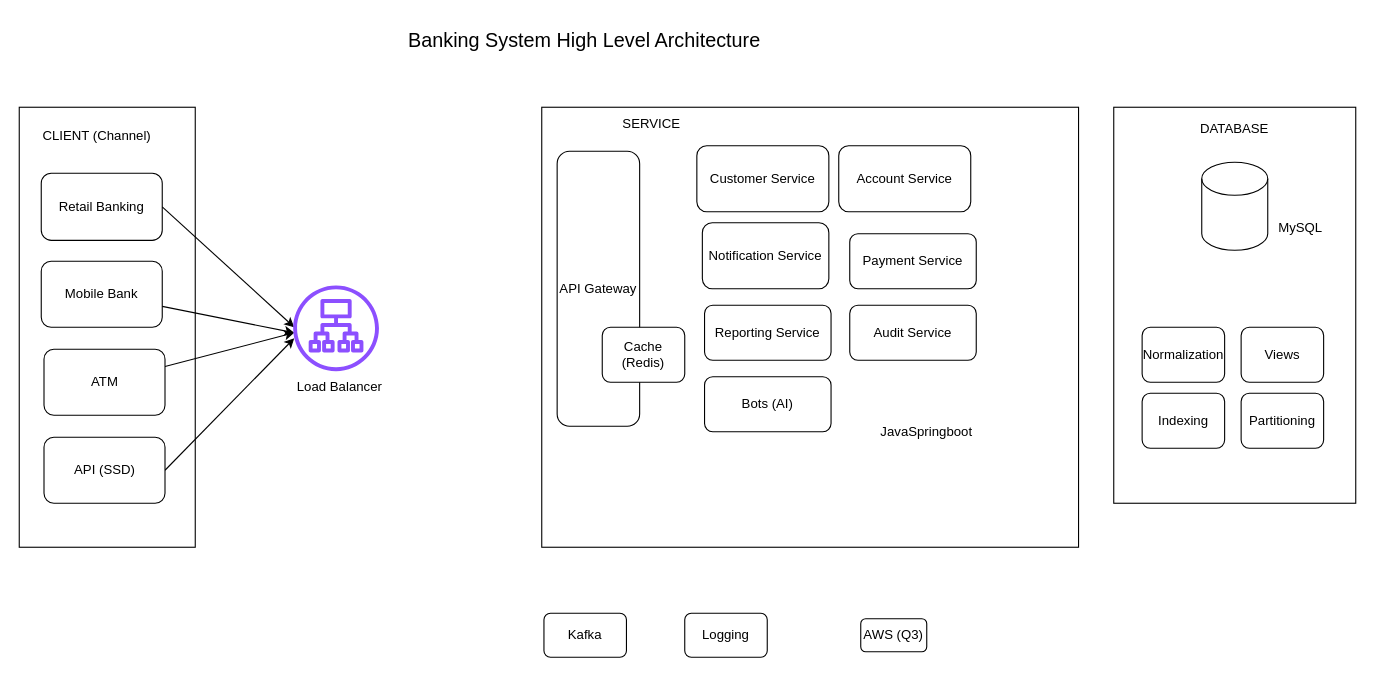
This is resources/Banking App Diagram.drawio from AkhoMngqibisa/java-backend-study-group, a draw.io file, before an edit. Source tidied: cells renumbered, new cells numbered last; positions are measured from the earlier drawing's top-left corner, leaving out a move shared by most shapes. Both pictures are drawn from the tidied source at 110%, with x=0, y=0 at pixel (19, 19).
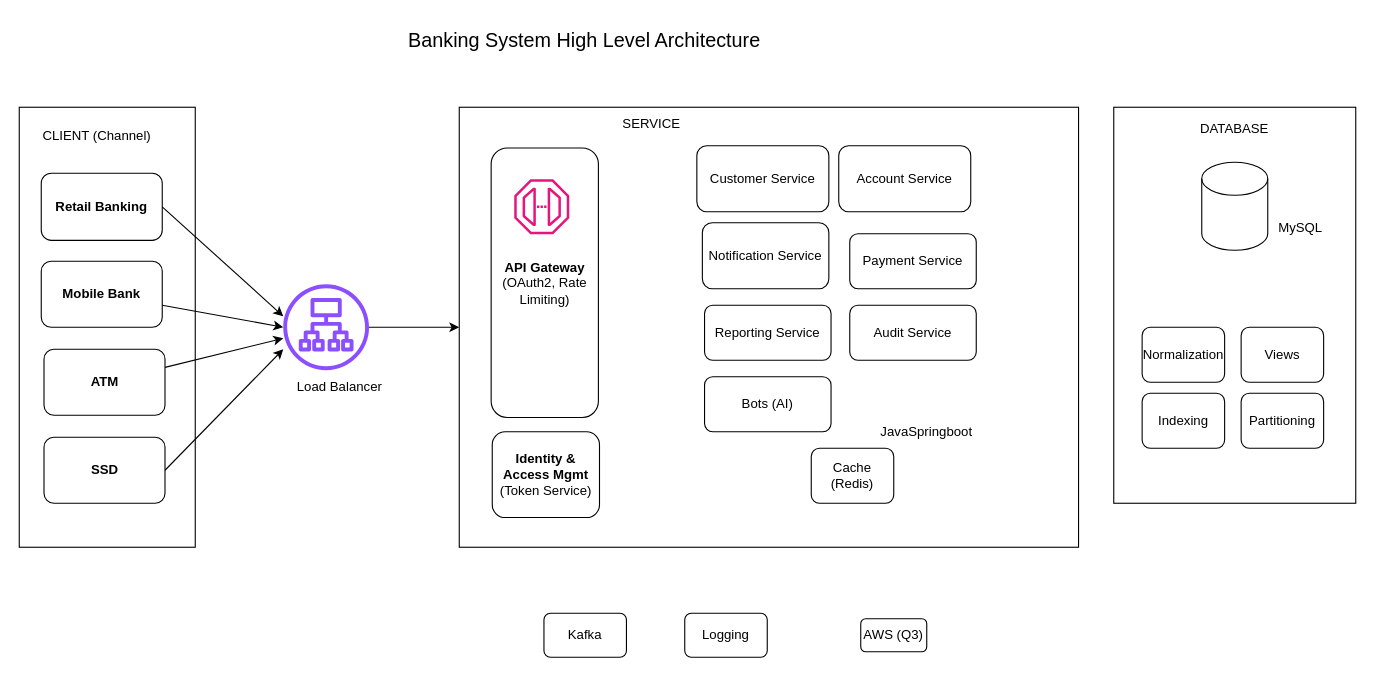
Above is the later version.

Commit message:
feat: add api gateway

What changed in the source:
```diff
@@
-    <mxCell id="5" value="Retail Banking" style="rounded=1;whiteSpace=wrap;html=1;" parent="1" vertex="1">
+    <mxCell id="5" value="&lt;b&gt;Retail Banking&lt;/b&gt;" style="rounded=1;whiteSpace=wrap;html=1;" parent="1" vertex="1">
       <mxGeometry x="20" y="140" width="110" height="61" as="geometry" />
     </mxCell>
-    <mxCell id="6" style="rounded=0;jettySize=auto;html=1;entryX=0;entryY=0.5;entryDx=0;entryDy=0;" parent="1" edge="1" source="7">
+    <mxCell id="6" style="rounded=0;jettySize=auto;html=1;" parent="1" edge="1" source="7">
       <mxGeometry relative="1" as="geometry">
-        <mxPoint x="250" y="285" as="targetPoint" />
+        <mxPoint x="240" y="290" as="targetPoint" />
       </mxGeometry>
     </mxCell>
-    <mxCell id="7" value="ATM" style="rounded=1;whiteSpace=wrap;html=1;" parent="1" vertex="1">
+    <mxCell id="7" value="&lt;b&gt;ATM&lt;/b&gt;" style="rounded=1;whiteSpace=wrap;html=1;" parent="1" vertex="1">
       <mxGeometry x="22.5" y="300" width="110" height="60" as="geometry" />
     </mxCell>
-    <mxCell id="8" value="Mobile Bank" style="rounded=1;whiteSpace=wrap;html=1;" parent="1" vertex="1">
+    <mxCell id="8" value="&lt;b&gt;Mobile Bank&lt;/b&gt;" style="rounded=1;whiteSpace=wrap;html=1;" parent="1" vertex="1">
       <mxGeometry x="20" y="220" width="110" height="60" as="geometry" />
     </mxCell>
     <mxCell id="9" style="rounded=0;jettySize=auto;html=1;exitX=1;exitY=0.5;exitDx=0;exitDy=0;" parent="1" edge="1" source="10">
       <mxGeometry relative="1" as="geometry">
-        <mxPoint x="250" y="290" as="targetPoint" />
+        <mxPoint x="240" y="300" as="targetPoint" />
       </mxGeometry>
     </mxCell>
-    <mxCell id="10" value="API (SSD)" style="rounded=1;whiteSpace=wrap;html=1;" parent="1" vertex="1">
+    <mxCell id="10" value="&lt;b&gt;SSD&lt;/b&gt;" style="rounded=1;whiteSpace=wrap;html=1;" parent="1" vertex="1">
       <mxGeometry x="22.5" y="380" width="110" height="60" as="geometry" />
     </mxCell>
     <mxCell id="11" style="rounded=0;whiteSpace=wrap;html=1;" parent="1" vertex="1">
-      <mxGeometry x="475" y="80" width="488" height="400" as="geometry" />
+      <mxGeometry x="400" y="80" width="563" height="400" as="geometry" />
     </mxCell>
@@
-    <mxCell id="20" value="API Gateway" style="rounded=1;whiteSpace=wrap;html=1;" parent="1" vertex="1">
-      <mxGeometry x="489" y="120" width="75" height="250" as="geometry" />
+    <mxCell id="20" value="&lt;b&gt;API Gateway&lt;/b&gt;&lt;div&gt;(OAuth2, Rate Limiting)&lt;/div&gt;" style="rounded=1;whiteSpace=wrap;html=1;" parent="1" vertex="1">
+      <mxGeometry x="429" y="117" width="97.5" height="245" as="geometry" />
     </mxCell>
@@
     <mxCell id="22" value="Cache&lt;br&gt;(Redis)" style="rounded=1;whiteSpace=wrap;html=1;" parent="1" vertex="1">
-      <mxGeometry x="530" y="280" width="75" height="50" as="geometry" />
+      <mxGeometry x="720" y="390" width="75" height="50" as="geometry" />
     </mxCell>
@@
     <mxCell id="34" style="rounded=0;jettySize=auto;html=1;exitX=1;exitY=0.5;exitDx=0;exitDy=0;" parent="1" edge="1" source="5">
       <mxGeometry relative="1" as="geometry">
-        <mxPoint x="250" y="280" as="targetPoint" />
+        <mxPoint x="240" y="270" as="targetPoint" />
       </mxGeometry>
     </mxCell>
-    <mxCell id="35" style="rounded=0;jettySize=auto;html=1;entryX=0;entryY=0.5;entryDx=0;entryDy=0;" parent="1" edge="1" source="8">
+    <mxCell id="35" style="rounded=0;jettySize=auto;html=1;" parent="1" edge="1" source="8">
       <mxGeometry relative="1" as="geometry">
-        <mxPoint x="250" y="285" as="targetPoint" />
+        <mxPoint x="240" y="280" as="targetPoint" />
       </mxGeometry>
     </mxCell>
+    <mxCell id="38" style="edgeStyle=orthogonalEdgeStyle;rounded=0;jettySize=auto;html=1;entryX=0;entryY=0.5;entryDx=0;entryDy=0;" parent="1" edge="1" source="36" target="11">
+      <mxGeometry relative="1" as="geometry" />
+    </mxCell>
     <mxCell id="36" style="sketch=0;outlineConnect=0;fontColor=#232F3E;gradientColor=none;fillColor=#8C4FFF;strokeColor=none;dashed=0;verticalLabelPosition=bottom;verticalAlign=top;align=center;html=1;fontSize=12;fontStyle=0;shape=mxgraph.aws4.application_load_balancer;" parent="1" vertex="1">
-      <mxGeometry x="249" y="242" width="78" height="78" as="geometry" />
+      <mxGeometry x="240" y="241" width="78" height="78" as="geometry" />
     </mxCell>
@@
+    <mxCell id="39" value="&lt;b&gt;Identity &amp;amp; Access Mgmt&lt;/b&gt;&lt;br&gt;(Token Service)" style="rounded=1;whiteSpace=wrap;html=1;" parent="1" vertex="1">
+      <mxGeometry x="430" y="375" width="97.5" height="78" as="geometry" />
+    </mxCell>
+    <mxCell id="40" style="sketch=0;fontColor=#232F3E;gradientColor=none;fillColor=#E7157B;strokeColor=none;dashed=0;verticalLabelPosition=bottom;verticalAlign=top;align=center;html=1;fontSize=12;fontStyle=0;shape=mxgraph.aws4.endpoint;" parent="1" vertex="1">
+      <mxGeometry x="450" y="145.5" width="50" height="50" as="geometry" />
+    </mxCell>
```
